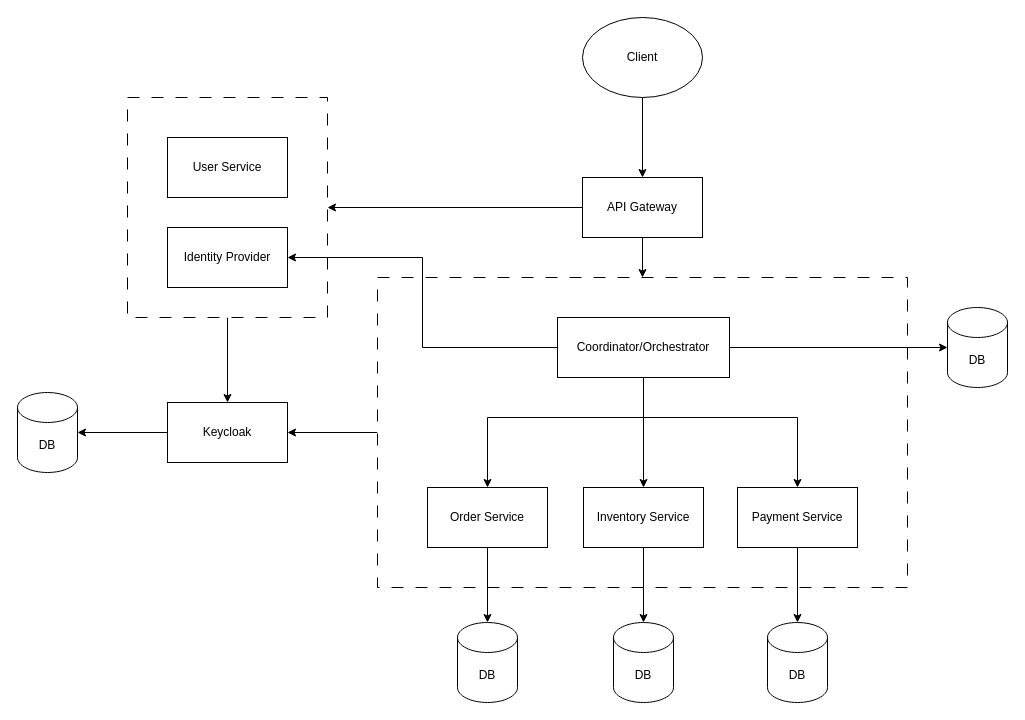
The draw.io diagram Structure.drawio in dJuKaAaA/MasterRad, before the edit. Source tidied: cells renumbered, new cells numbered last; positions are measured from the earlier drawing's top-left corner, leaving out a move shared by most shapes. Both pictures are drawn from the tidied source at 100%, with x=0, y=0 at pixel (17, 17).
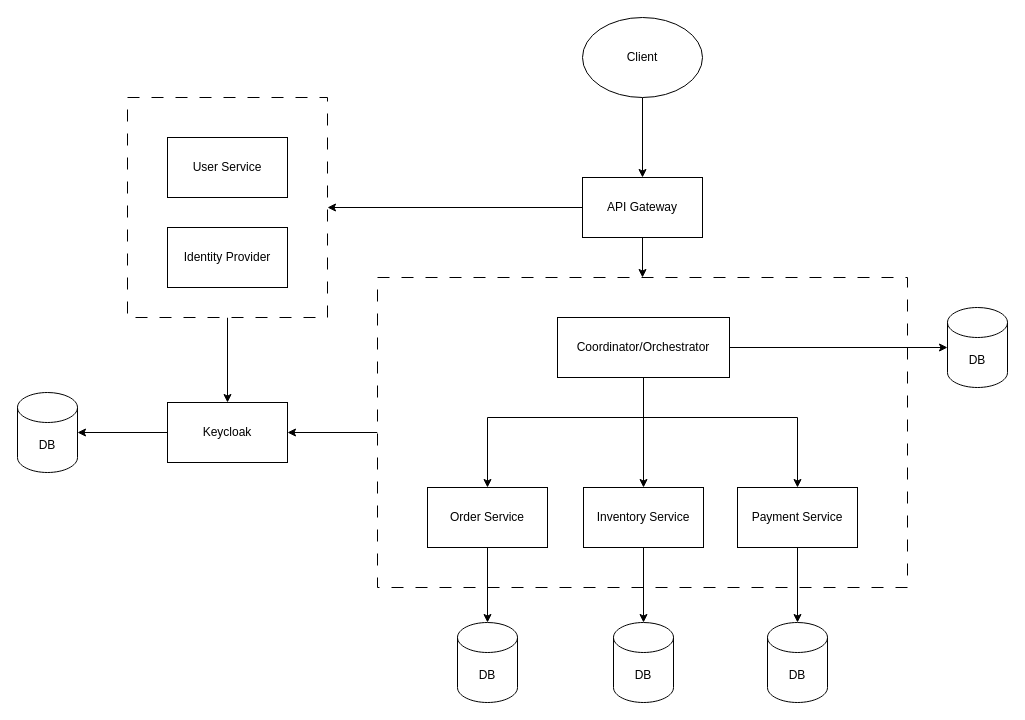
Above is the later version.

The change refers to these unchanged cells:
```xml
<mxCell id="14" value="Coordinator/Orchestrator" style="rounded=0;whiteSpace=wrap;html=1;" parent="1" vertex="1">
  <mxGeometry x="540" y="300" width="172" height="60" as="geometry" />
</mxCell>
<mxCell id="30" value="Identity Provider" style="rounded=0;whiteSpace=wrap;html=1;" parent="1" vertex="1">
  <mxGeometry x="150" y="210" width="120" height="60" as="geometry" />
</mxCell>
```

Diff of the diagram source:
```diff
@@
-    <mxCell id="13" style="edgeStyle=orthogonalEdgeStyle;rounded=0;jettySize=auto;html=1;exitX=0;exitY=0.5;exitDx=0;exitDy=0;entryX=1;entryY=0.5;entryDx=0;entryDy=0;" parent="1" edge="1" source="14" target="30">
-      <mxGeometry relative="1" as="geometry" />
-    </mxCell>
```
